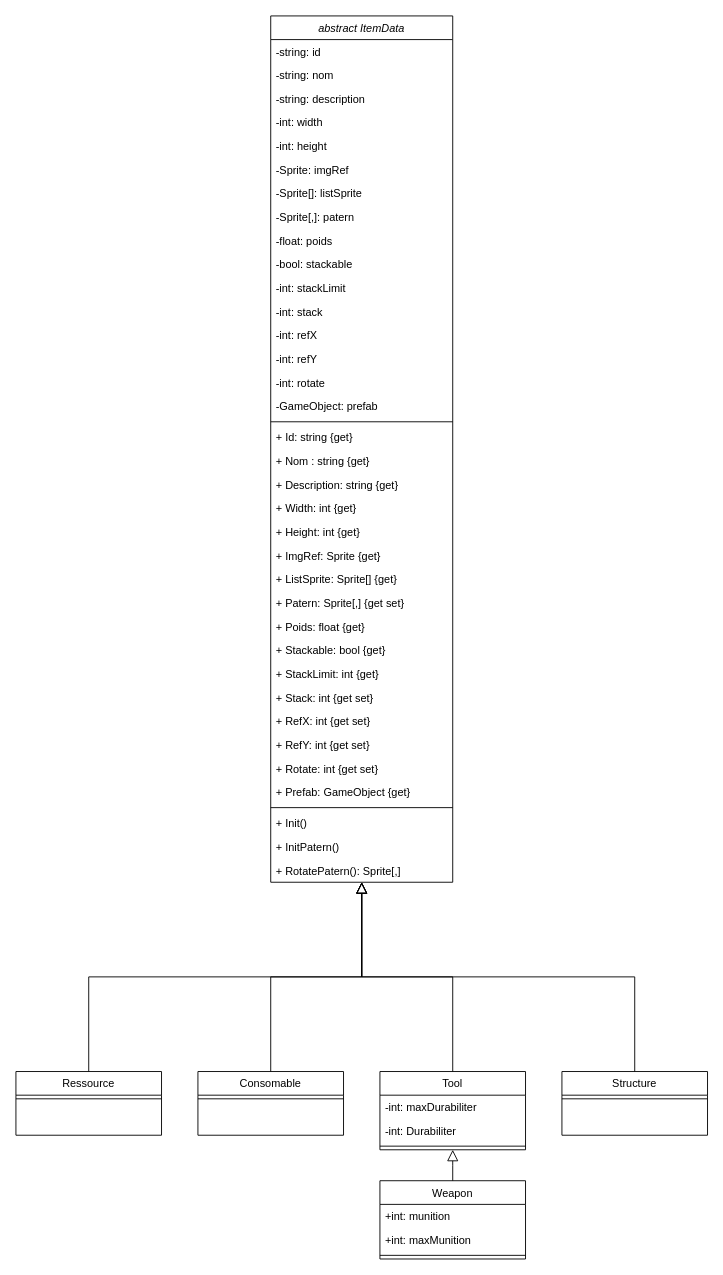
Limacha/le-Seigneur-des-agnions keeps this draw.io diagram as uml/Item.drawio. Above is the earlier version. Source tidied: cells renumbered, new cells numbered last; positions are measured from the earlier drawing's top-left corner, leaving out a move shared by most shapes. Both pictures are drawn from the tidied source at 91%, with x=0, y=0 at pixel (15, 15).
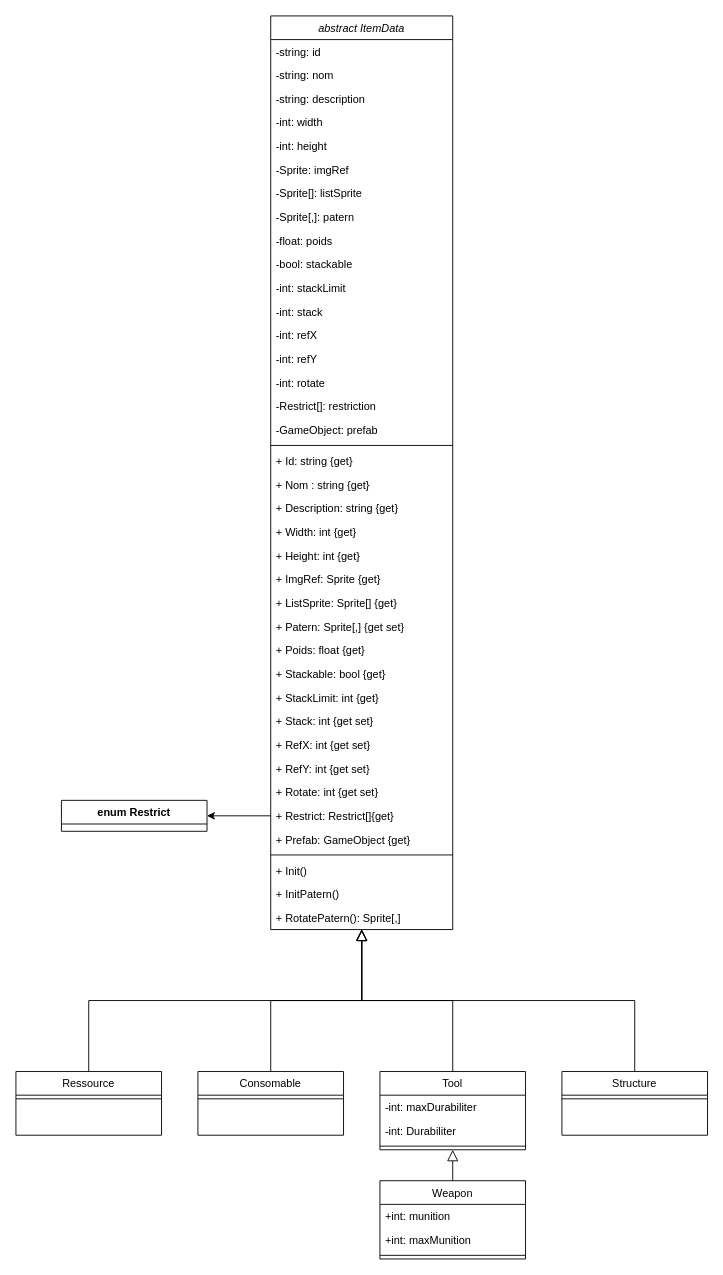
Above is the later version.

What changed in the source:
```diff
@@
     <mxCell id="2" value="abstract ItemData" style="swimlane;fontStyle=2;align=center;verticalAlign=top;horizontal=1;startSize=26;rounded=0;shadow=0;strokeWidth=1;" parent="1" vertex="1">
-      <mxGeometry x="280" width="200" height="952" as="geometry" />
+      <mxGeometry x="280" width="200" height="1004" as="geometry" />
     </mxCell>
@@
+    <mxCell id="59" value="-Restrict[]: restriction" style="text;align=left;verticalAlign=top;spacingLeft=4;spacingRight=4;overflow=hidden;rounded=0;shadow=0;html=0;" parent="2" vertex="1">
+      <mxGeometry y="416" width="200" height="26" as="geometry" />
+    </mxCell>
     <mxCell id="18" value="-GameObject: prefab" style="text;align=left;verticalAlign=top;spacingLeft=4;spacingRight=4;overflow=hidden;rounded=0;shadow=0;html=0;" parent="2" vertex="1">
-      <mxGeometry y="416" width="200" height="26" as="geometry" />
+      <mxGeometry y="442" width="200" height="26" as="geometry" />
     </mxCell>
     <mxCell id="19" style="line;html=1;strokeWidth=1;align=left;verticalAlign=middle;spacingTop=-1;spacingLeft=3;spacingRight=3;labelPosition=right;" parent="2" vertex="1">
-      <mxGeometry y="442" width="200" height="8" as="geometry" />
+      <mxGeometry y="468" width="200" height="8" as="geometry" />
     </mxCell>
     <mxCell id="20" value="+ Id: string {get}" style="text;align=left;verticalAlign=top;spacingLeft=4;spacingRight=4;overflow=hidden;" parent="2" vertex="1">
-      <mxGeometry y="450" width="200" height="26" as="geometry" />
+      <mxGeometry y="476" width="200" height="26" as="geometry" />
     </mxCell>
     <mxCell id="21" value="+ Nom : string {get}" style="text;align=left;verticalAlign=top;spacingLeft=4;spacingRight=4;overflow=hidden;rounded=0;shadow=0;html=0;" parent="2" vertex="1">
-      <mxGeometry y="476" width="200" height="26" as="geometry" />
+      <mxGeometry y="502" width="200" height="26" as="geometry" />
     </mxCell>
     <mxCell id="22" value="+ Description: string {get}" style="text;align=left;verticalAlign=top;spacingLeft=4;spacingRight=4;overflow=hidden;rounded=0;shadow=0;html=0;" parent="2" vertex="1">
-      <mxGeometry y="502" width="200" height="26" as="geometry" />
+      <mxGeometry y="528" width="200" height="26" as="geometry" />
     </mxCell>
     <mxCell id="23" value="+ Width: int {get}" style="text;align=left;verticalAlign=top;spacingLeft=4;spacingRight=4;overflow=hidden;" parent="2" vertex="1">
-      <mxGeometry y="528" width="200" height="26" as="geometry" />
+      <mxGeometry y="554" width="200" height="26" as="geometry" />
     </mxCell>
     <mxCell id="24" value="+ Height: int {get}" style="text;align=left;verticalAlign=top;spacingLeft=4;spacingRight=4;overflow=hidden;rounded=0;shadow=0;html=0;" parent="2" vertex="1">
-      <mxGeometry y="554" width="200" height="26" as="geometry" />
+      <mxGeometry y="580" width="200" height="26" as="geometry" />
     </mxCell>
     <mxCell id="25" value="+ ImgRef: Sprite {get}" style="text;align=left;verticalAlign=top;spacingLeft=4;spacingRight=4;overflow=hidden;rounded=0;shadow=0;html=0;" parent="2" vertex="1">
-      <mxGeometry y="580" width="200" height="26" as="geometry" />
+      <mxGeometry y="606" width="200" height="26" as="geometry" />
     </mxCell>
     <mxCell id="26" value="+ ListSprite: Sprite[] {get}" style="text;align=left;verticalAlign=top;spacingLeft=4;spacingRight=4;overflow=hidden;" parent="2" vertex="1">
-      <mxGeometry y="606" width="200" height="26" as="geometry" />
+      <mxGeometry y="632" width="200" height="26" as="geometry" />
     </mxCell>
     <mxCell id="27" value="+ Patern: Sprite[,] {get set}" style="text;align=left;verticalAlign=top;spacingLeft=4;spacingRight=4;overflow=hidden;rounded=0;shadow=0;html=0;" parent="2" vertex="1">
-      <mxGeometry y="632" width="200" height="26" as="geometry" />
+      <mxGeometry y="658" width="200" height="26" as="geometry" />
     </mxCell>
     <mxCell id="28" value="+ Poids: float {get}" style="text;align=left;verticalAlign=top;spacingLeft=4;spacingRight=4;overflow=hidden;rounded=0;shadow=0;html=0;" parent="2" vertex="1">
-      <mxGeometry y="658" width="200" height="26" as="geometry" />
+      <mxGeometry y="684" width="200" height="26" as="geometry" />
     </mxCell>
     <mxCell id="29" value="+ Stackable: bool {get}" style="text;align=left;verticalAlign=top;spacingLeft=4;spacingRight=4;overflow=hidden;rounded=0;shadow=0;html=0;" parent="2" vertex="1">
-      <mxGeometry y="684" width="200" height="26" as="geometry" />
+      <mxGeometry y="710" width="200" height="26" as="geometry" />
     </mxCell>
     <mxCell id="30" value="+ StackLimit: int {get}" style="text;align=left;verticalAlign=top;spacingLeft=4;spacingRight=4;overflow=hidden;" parent="2" vertex="1">
-      <mxGeometry y="710" width="200" height="26" as="geometry" />
+      <mxGeometry y="736" width="200" height="26" as="geometry" />
     </mxCell>
     <mxCell id="31" value="+ Stack: int {get set} " style="text;align=left;verticalAlign=top;spacingLeft=4;spacingRight=4;overflow=hidden;rounded=0;shadow=0;html=0;" parent="2" vertex="1">
-      <mxGeometry y="736" width="200" height="26" as="geometry" />
+      <mxGeometry y="762" width="200" height="26" as="geometry" />
     </mxCell>
     <mxCell id="32" value="+ RefX: int {get set} " style="text;align=left;verticalAlign=top;spacingLeft=4;spacingRight=4;overflow=hidden;" parent="2" vertex="1">
-      <mxGeometry y="762" width="200" height="26" as="geometry" />
+      <mxGeometry y="788" width="200" height="26" as="geometry" />
     </mxCell>
     <mxCell id="33" value="+ RefY: int {get set}" style="text;align=left;verticalAlign=top;spacingLeft=4;spacingRight=4;overflow=hidden;rounded=0;shadow=0;html=0;" parent="2" vertex="1">
-      <mxGeometry y="788" width="200" height="26" as="geometry" />
+      <mxGeometry y="814" width="200" height="26" as="geometry" />
     </mxCell>
     <mxCell id="34" value="+ Rotate: int {get set}" style="text;align=left;verticalAlign=top;spacingLeft=4;spacingRight=4;overflow=hidden;rounded=0;shadow=0;html=0;" parent="2" vertex="1">
-      <mxGeometry y="814" width="200" height="26" as="geometry" />
+      <mxGeometry y="840" width="200" height="26" as="geometry" />
     </mxCell>
+    <mxCell id="60" value="+ Restrict: Restrict[]{get}" style="text;align=left;verticalAlign=top;spacingLeft=4;spacingRight=4;overflow=hidden;points=[[0,0.5],[1,0.5]];portConstraint=eastwest;rounded=0;shadow=0;html=0;" parent="2" vertex="1">
+      <mxGeometry y="866" width="200" height="26" as="geometry" />
+    </mxCell>
     <mxCell id="35" value="+ Prefab: GameObject {get}" style="text;align=left;verticalAlign=top;spacingLeft=4;spacingRight=4;overflow=hidden;rounded=0;shadow=0;html=0;" parent="2" vertex="1">
-      <mxGeometry y="840" width="200" height="26" as="geometry" />
+      <mxGeometry y="892" width="200" height="26" as="geometry" />
     </mxCell>
     <mxCell id="36" style="line;html=1;strokeWidth=1;align=left;verticalAlign=middle;spacingTop=-1;spacingLeft=3;spacingRight=3;labelPosition=right;" parent="2" vertex="1">
-      <mxGeometry y="866" width="200" height="8" as="geometry" />
+      <mxGeometry y="918" width="200" height="8" as="geometry" />
     </mxCell>
     <mxCell id="37" value="+ Init()" style="text;align=left;verticalAlign=top;spacingLeft=4;spacingRight=4;overflow=hidden;rounded=0;shadow=0;html=0;" parent="2" vertex="1">
-      <mxGeometry y="874" width="200" height="26" as="geometry" />
+      <mxGeometry y="926" width="200" height="26" as="geometry" />
     </mxCell>
     <mxCell id="38" value="+ InitPatern()" style="text;align=left;verticalAlign=top;spacingLeft=4;spacingRight=4;overflow=hidden;rounded=0;shadow=0;html=0;" parent="2" vertex="1">
-      <mxGeometry y="900" width="200" height="26" as="geometry" />
+      <mxGeometry y="952" width="200" height="26" as="geometry" />
     </mxCell>
     <mxCell id="39" value="+ RotatePatern(): Sprite[,]" style="text;align=left;verticalAlign=top;spacingLeft=4;spacingRight=4;overflow=hidden;rounded=0;shadow=0;html=0;" parent="2" vertex="1">
-      <mxGeometry y="926" width="200" height="26" as="geometry" />
+      <mxGeometry y="978" width="200" height="26" as="geometry" />
     </mxCell>
@@
+    <mxCell id="61" value="enum Restrict" style="swimlane;fontStyle=1;align=center;verticalAlign=top;horizontal=1;startSize=26;whiteSpace=wrap;html=1;" parent="1" vertex="1">
+      <mxGeometry x="50" y="862" width="160" height="34" as="geometry" />
+    </mxCell>
+    <mxCell id="62" style="edgeStyle=orthogonalEdgeStyle;rounded=0;jettySize=auto;html=1;exitX=0;exitY=0.5;exitDx=0;exitDy=0;" parent="1" edge="1" source="60" target="61">
+      <mxGeometry relative="1" as="geometry" />
+    </mxCell>
```
